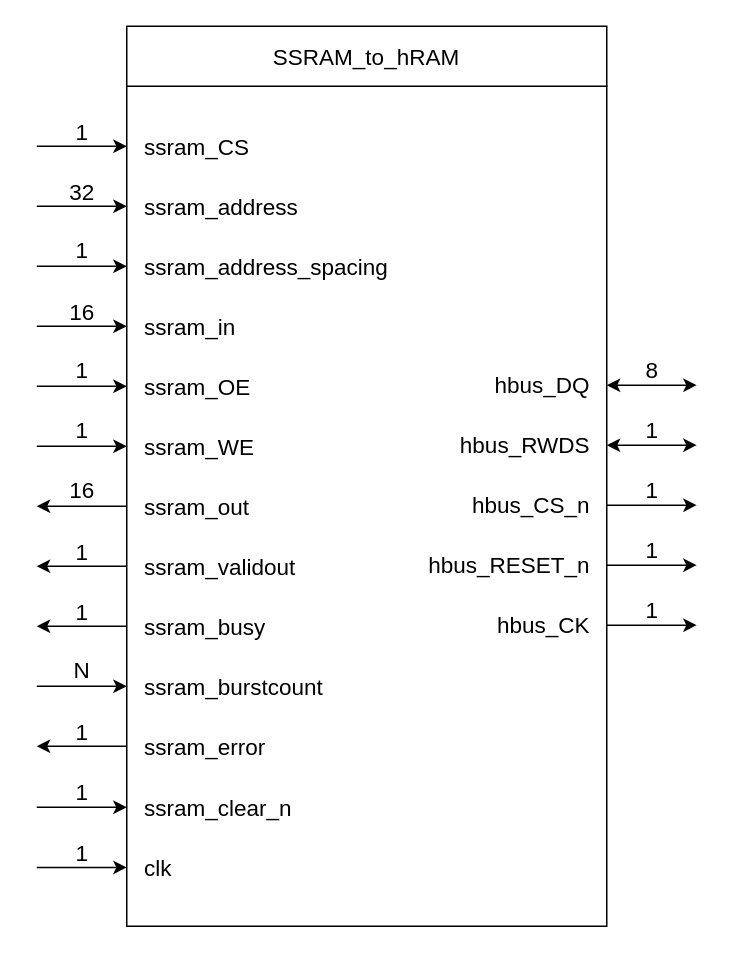
Before: page "SSRAM_to_hRAM" (1 of 6) of IP_cores/AvalonMM_to_hRAM/SSRAM_to_hRAM_v1/rtl/SSRAM_to_hRAM.drawio in AndreaBononi/IP_cores, a draw.io diagram. Source tidied: cells renumbered, new cells numbered last; positions are measured from the earlier drawing's top-left corner, leaving out a move shared by most shapes. Both pictures are drawn from the tidied source at 150%, with x=0, y=0 at pixel (36, 26).
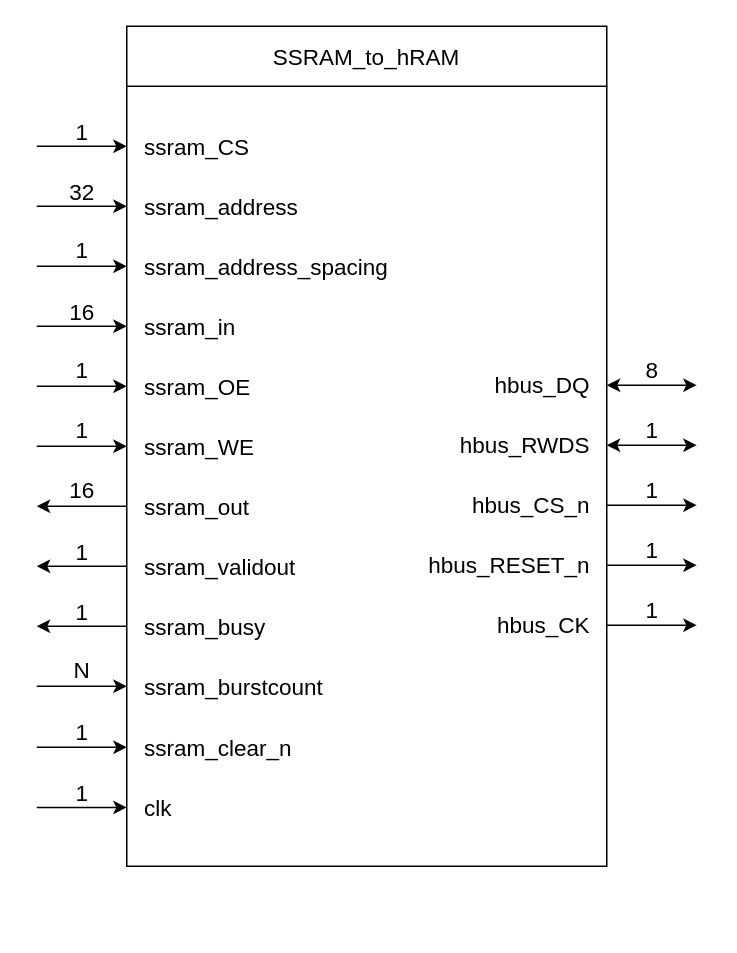
The same diagram, later.

Diff of the diagram source:
```diff
@@
     <mxCell id="2" style="rounded=0;whiteSpace=wrap;html=1;" parent="1" vertex="1">
-      <mxGeometry x="60" y="40" width="320" height="560" as="geometry" />
+      <mxGeometry x="60" y="40" width="320" height="520" as="geometry" />
     </mxCell>
@@
     <mxCell id="43" style="endArrow=classic;html=1;rounded=0;fontSize=15;" parent="1" edge="1">
       <mxGeometry relative="1" as="geometry">
-        <mxPoint y="520.7" as="sourcePoint" />
-        <mxPoint x="60" y="520.7" as="targetPoint" />
+        <mxPoint y="480.7" as="sourcePoint" />
+        <mxPoint x="60" y="480.7" as="targetPoint" />
       </mxGeometry>
     </mxCell>
     <mxCell id="44" value="1" style="text;html=1;align=center;verticalAlign=middle;strokeColor=none;fillColor=none;fontSize=15;" parent="1" vertex="1">
-      <mxGeometry x="20" y="500" width="20" height="20" as="geometry" />
+      <mxGeometry x="20" y="460" width="20" height="20" as="geometry" />
     </mxCell>
     <mxCell id="45" value="&lt;font style=&quot;font-size: 15px;&quot;&gt;ssram_clear_n&lt;/font&gt;" style="text;html=1;align=left;verticalAlign=middle;strokeColor=none;fillColor=none;rotation=0;" parent="1" vertex="1">
-      <mxGeometry x="70" y="505.7" width="120" height="30" as="geometry" />
+      <mxGeometry x="70" y="465.7" width="120" height="30" as="geometry" />
     </mxCell>
     <mxCell id="46" style="endArrow=classic;html=1;rounded=0;fontSize=15;" parent="1" edge="1">
       <mxGeometry relative="1" as="geometry">
-        <mxPoint y="560.8" as="sourcePoint" />
-        <mxPoint x="60" y="560.8" as="targetPoint" />
+        <mxPoint y="520.8" as="sourcePoint" />
+        <mxPoint x="60" y="520.8" as="targetPoint" />
       </mxGeometry>
     </mxCell>
     <mxCell id="47" value="1" style="text;html=1;align=center;verticalAlign=middle;strokeColor=none;fillColor=none;fontSize=15;" parent="1" vertex="1">
-      <mxGeometry x="20" y="541" width="20" height="20" as="geometry" />
+      <mxGeometry x="20" y="501" width="20" height="20" as="geometry" />
     </mxCell>
     <mxCell id="48" value="&lt;font style=&quot;font-size: 15px;&quot;&gt;clk&lt;/font&gt;" style="text;html=1;align=left;verticalAlign=middle;strokeColor=none;fillColor=none;rotation=0;" parent="1" vertex="1">
-      <mxGeometry x="70" y="546" width="40" height="30" as="geometry" />
+      <mxGeometry x="70" y="506" width="40" height="30" as="geometry" />
     </mxCell>
@@
-    <mxCell id="55" style="endArrow=none;html=1;rounded=0;fontSize=15;startArrow=classic;startFill=1;endFill=0;" parent="1" edge="1">
-      <mxGeometry relative="1" as="geometry">
-        <mxPoint y="480" as="sourcePoint" />
-        <mxPoint x="60" y="480" as="targetPoint" />
-      </mxGeometry>
-    </mxCell>
-    <mxCell id="56" value="&lt;font style=&quot;font-size: 15px;&quot;&gt;ssram_error&lt;/font&gt;" style="text;html=1;align=left;verticalAlign=middle;strokeColor=none;fillColor=none;" parent="1" vertex="1">
-      <mxGeometry x="70" y="465" width="100" height="30" as="geometry" />
-    </mxCell>
-    <mxCell id="57" value="1" style="text;html=1;align=center;verticalAlign=middle;strokeColor=none;fillColor=none;fontSize=15;" parent="1" vertex="1">
-      <mxGeometry x="20" y="460" width="20" height="20" as="geometry" />
-    </mxCell>
```
